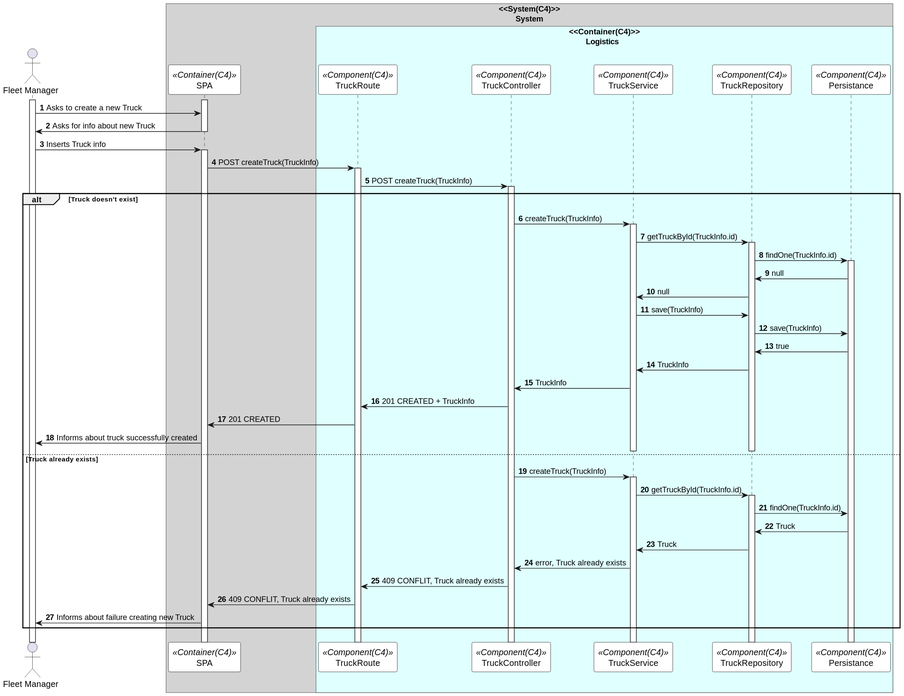
This is Documents/Deployment Diagrams/Level 3 - Component/Process View/Truck/svg/createTruckSD.svg from 0franciscor/dei_3dj_057, a PlantUML export, as it was before one commit. The source it was exported from:
```plantuml
@startuml createTruckSD

autonumber
!pragma teoz true

skinparam sequence {
ParticipantBorderColor black
ParticipantBackgroundColor white
}

actor "Fleet Manager" as manager

box "<<System(C4)>>\n       System" #LightGray
participant SPA as  SPA <<Container(C4)>>
box "<<Container(C4)>>\n       Logistics" #LightCyan
participant TruckRoute as Route <<Component(C4)>>
participant TruckController as Controller <<Component(C4)>>
participant TruckService as Service <<Component(C4)>>
participant TruckRepository as Repository <<Component(C4)>>
participant Persistance as Persistance <<Component(C4)>>
end box



activate manager
activate SPA
manager -> SPA: Asks to create a new Truck

SPA -> manager: Asks for info about new Truck
deactivate SPA

manager ->SPA: Inserts Truck info
activate SPA

SPA -> Route: POST createTruck(TruckInfo)
activate Route
Route -> Controller :POST createTruck(TruckInfo)
activate Controller

alt Truck doesn't exist

Controller -> Service: createTruck(TruckInfo)
activate Service

Service -> Repository: getTruckById(TruckInfo.id)
activate Repository

Repository -> Persistance: findOne(TruckInfo.id)
activate Persistance
Persistance -> Repository: null
Repository->Service: null

Service -> Repository: save(TruckInfo)
Repository -> Persistance:save(TruckInfo)
Persistance->Repository: true
Repository->Service: TruckInfo
Service->Controller: TruckInfo
Controller->Route: 201 CREATED + TruckInfo
Route->SPA: 201 CREATED
SPA->manager: Informs about truck successfully created
deactivate Service
deactivate Repository

else Truck already exists

Controller -> Service: createTruck(TruckInfo)
activate Service

Service -> Repository: getTruckById(TruckInfo.id)
activate Repository

Repository -> Persistance: findOne(TruckInfo.id)
Persistance-> Repository: Truck
Repository->Service: Truck
Service->Controller: error, Truck already exists
Controller->Route: 409 CONFLIT, Truck already exists
Route->SPA: 409 CONFLIT, Truck already exists
SPA->manager: Informs about failure creating new Truck

@enduml
```
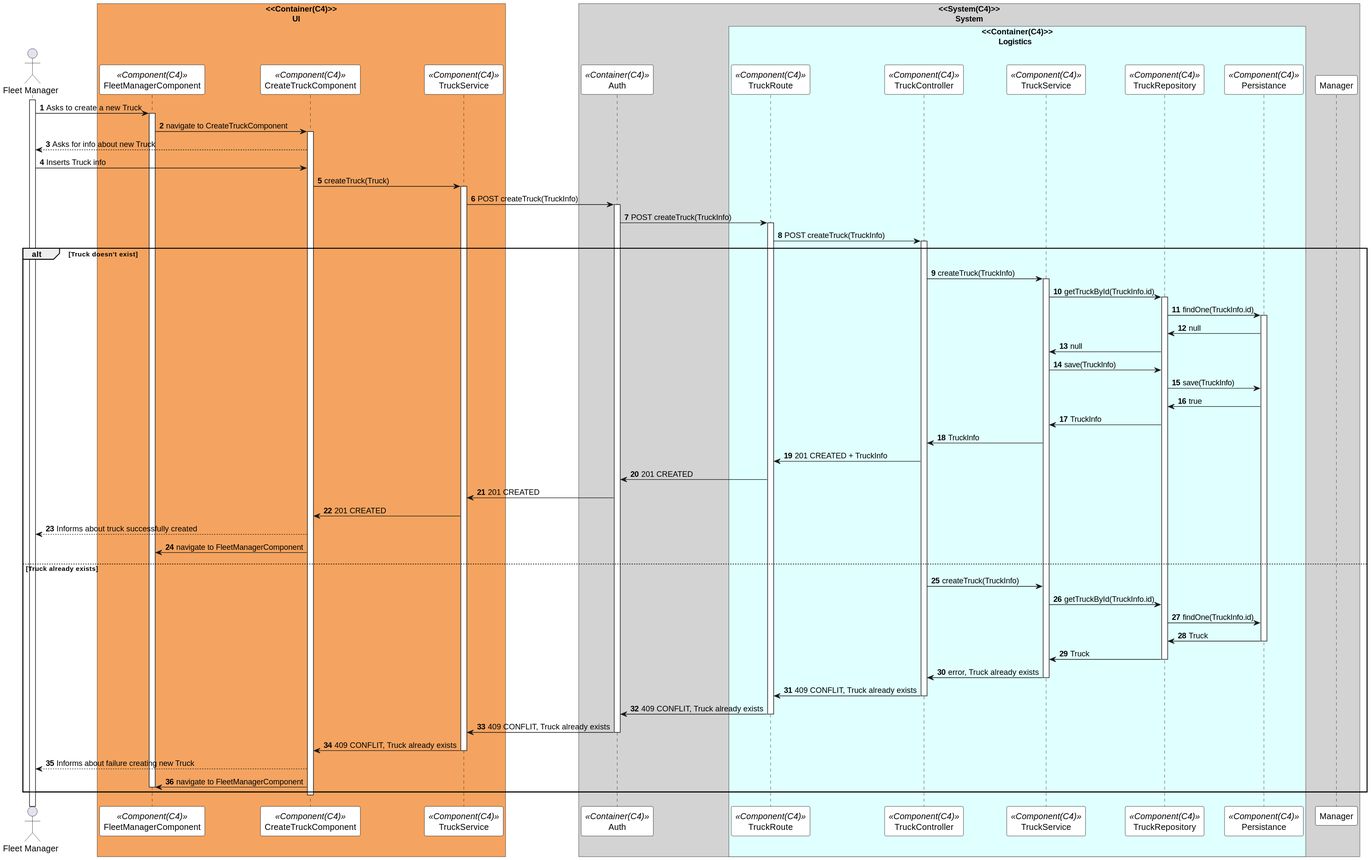
After the commit.

Diff of the diagram source:
```diff
@@ -10,8 +10,14 @@
 
 actor "Fleet Manager" as manager
 
+box "<<Container(C4)>>\n           UI" #SandyBrown
+participant "FleetManagerComponent" as FleetManagerComponent <<Component(C4)>>
+participant "CreateTruckComponent" as CreateTruckComponent <<Component(C4)>>
+participant "TruckService" as TruckService <<Component(C4)>>
+end box
+
 box "<<System(C4)>>\n       System" #LightGray
-participant SPA as  SPA <<Container(C4)>>
+participant Auth as  Auth <<Container(C4)>>
 box "<<Container(C4)>>\n       Logistics" #LightCyan
 participant TruckRoute as Route <<Component(C4)>>
 participant TruckController as Controller <<Component(C4)>>
@@ -23,16 +29,22 @@
 
 
 activate manager
-activate SPA
-manager -> SPA: Asks to create a new Truck
 
-SPA -> manager: Asks for info about new Truck
-deactivate SPA
+manager -> FleetManagerComponent: Asks to create a new Truck
+activate FleetManagerComponent
+FleetManagerComponent -> CreateTruckComponent: navigate to CreateTruckComponent
+activate CreateTruckComponent
+CreateTruckComponent --> manager: Asks for info about new Truck
 
-manager ->SPA: Inserts Truck info
-activate SPA
+manager ->CreateTruckComponent: Inserts Truck info
 
-SPA -> Route: POST createTruck(TruckInfo)
+CreateTruckComponent -> TruckService: createTruck(Truck)
+activate TruckService
+TruckService -> Auth: POST createTruck(TruckInfo)
+
+activate Auth
+
+Auth -> Route: POST createTruck(TruckInfo)
 activate Route
 Route -> Controller :POST createTruck(TruckInfo)
 activate Controller
@@ -56,25 +68,42 @@
 Repository->Service: TruckInfo
 Service->Controller: TruckInfo
 Controller->Route: 201 CREATED + TruckInfo
-Route->SPA: 201 CREATED
-SPA->manager: Informs about truck successfully created
-deactivate Service
-deactivate Repository
+Route->Auth: 201 CREATED
+Auth->TruckService: 201 CREATED
+TruckService->CreateTruckComponent: 201 CREATED
+
+CreateTruckComponent-->manager: Informs about truck successfully created
+CreateTruckComponent->FleetManagerComponent: navigate to FleetManagerComponent
+
+
 
 else Truck already exists
 
 Controller -> Service: createTruck(TruckInfo)
-activate Service
+
 
 Service -> Repository: getTruckById(TruckInfo.id)
-activate Repository
+
 
 Repository -> Persistance: findOne(TruckInfo.id)
 Persistance-> Repository: Truck
+deactivate Persistance
 Repository->Service: Truck
+deactivate Repository
 Service->Controller: error, Truck already exists
+deactivate Service
 Controller->Route: 409 CONFLIT, Truck already exists
-Route->SPA: 409 CONFLIT, Truck already exists
-SPA->manager: Informs about failure creating new Truck
+deactivate Controller
+Route->Auth: 409 CONFLIT, Truck already exists
+deactivate Route
+Auth->TruckService: 409 CONFLIT, Truck already exists
+deactivate Auth
 
+TruckService->CreateTruckComponent: 409 CONFLIT, Truck already exists
+deactivate TruckService
+CreateTruckComponent-->manager: Informs about failure creating new Truck
+CreateTruckComponent->FleetManagerComponent: navigate to FleetManagerComponent
+deactivate FleetManagerComponent
+deactivate CreateTruckComponent
+deactivate Manager
 @enduml
```
